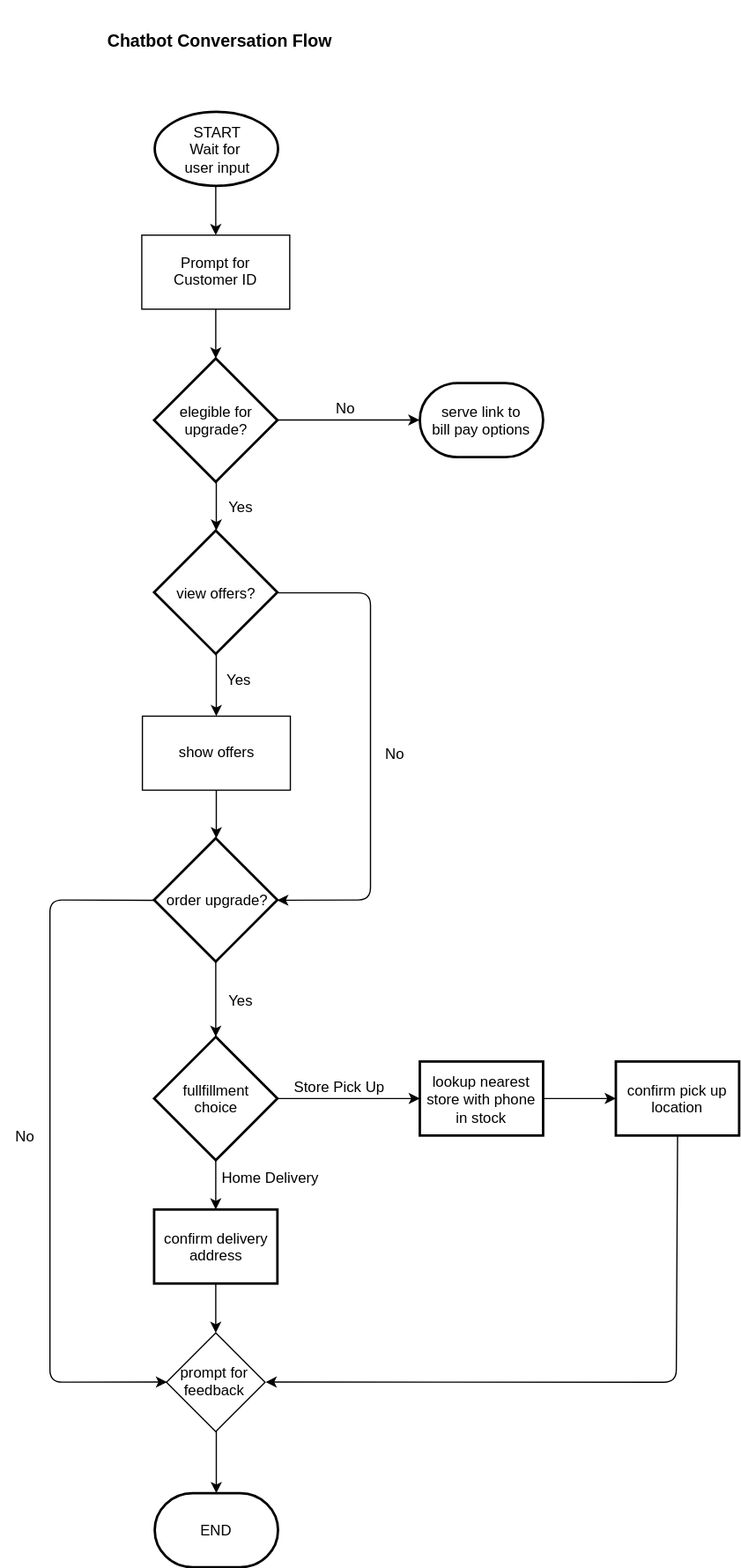
raoulbia/bot-telco keeps this draw.io diagram as cai_vodafone/static/images/chatbot_conversation_flow.svg. Above is the earlier version. Source tidied: cells renumbered, new cells last; positions are measured from the earlier drawing's top-left corner, leaving out a move shared by most shapes. Its diagram source:
```xml
<mxGraphModel>
  <root>
    <mxCell id="0" />
    <mxCell id="1" parent="0" />
    <mxCell id="2" style="edgeStyle=orthogonalEdgeStyle;rounded=0;jettySize=auto;html=1;" parent="1" edge="1" source="3" target="5">
      <mxGeometry relative="1" as="geometry" />
    </mxCell>
    <mxCell id="3" value="START&lt;br&gt;Wait for&amp;nbsp;&lt;br&gt;user input&lt;br&gt;" style="strokeWidth=2;html=1;shape=mxgraph.flowchart.start_1;whiteSpace=wrap;" parent="1" vertex="1">
      <mxGeometry x="124.5" y="80" width="100" height="60" as="geometry" />
    </mxCell>
    <mxCell id="4" style="edgeStyle=orthogonalEdgeStyle;rounded=0;jettySize=auto;html=1;" parent="1" edge="1" source="5" target="8">
      <mxGeometry relative="1" as="geometry" />
    </mxCell>
    <mxCell id="5" value="Prompt for&lt;br&gt;Customer ID&lt;br&gt;" style="rounded=0;whiteSpace=wrap;html=1;" parent="1" vertex="1">
      <mxGeometry x="114.5" y="180" width="120" height="60" as="geometry" />
    </mxCell>
    <mxCell id="6" style="edgeStyle=orthogonalEdgeStyle;rounded=0;jettySize=auto;html=1;exitX=1;exitY=0.5;exitDx=0;exitDy=0;exitPerimeter=0;entryX=0;entryY=0.5;entryDx=0;entryDy=0;entryPerimeter=0;" parent="1" edge="1" source="8" target="9">
      <mxGeometry relative="1" as="geometry" />
    </mxCell>
    <mxCell id="7" style="edgeStyle=orthogonalEdgeStyle;rounded=0;jettySize=auto;html=1;" parent="1" edge="1" source="8" target="12">
      <mxGeometry relative="1" as="geometry" />
    </mxCell>
    <mxCell id="8" value="elegible for upgrade?" style="strokeWidth=2;html=1;shape=mxgraph.flowchart.decision;whiteSpace=wrap;" parent="1" vertex="1">
      <mxGeometry x="124.5" y="280" width="100" height="100" as="geometry" />
    </mxCell>
    <mxCell id="9" value="serve link to&lt;br&gt;bill pay options&lt;br&gt;" style="strokeWidth=2;html=1;shape=mxgraph.flowchart.terminator;whiteSpace=wrap;" parent="1" vertex="1">
      <mxGeometry x="340" y="300" width="100" height="60" as="geometry" />
    </mxCell>
    <mxCell id="10" value="No" style="text;html=1;strokeColor=none;fillColor=none;align=center;verticalAlign=middle;whiteSpace=wrap;rounded=0;" parent="1" vertex="1">
      <mxGeometry x="260" y="310" width="40" height="20" as="geometry" />
    </mxCell>
    <mxCell id="11" style="edgeStyle=orthogonalEdgeStyle;rounded=0;jettySize=auto;html=1;" parent="1" edge="1" source="12" target="35">
      <mxGeometry relative="1" as="geometry" />
    </mxCell>
    <mxCell id="12" value="view offers?" style="strokeWidth=2;html=1;shape=mxgraph.flowchart.decision;whiteSpace=wrap;" parent="1" vertex="1">
      <mxGeometry x="124.5" y="419.5" width="100" height="100" as="geometry" />
    </mxCell>
    <mxCell id="13" style="edgeStyle=orthogonalEdgeStyle;rounded=0;jettySize=auto;html=1;" parent="1" edge="1" source="14" target="17">
      <mxGeometry relative="1" as="geometry" />
    </mxCell>
    <mxCell id="14" value="order upgrade?" style="strokeWidth=2;html=1;shape=mxgraph.flowchart.decision;whiteSpace=wrap;" parent="1" vertex="1">
      <mxGeometry x="124.5" y="669" width="100" height="100" as="geometry" />
    </mxCell>
    <mxCell id="15" style="edgeStyle=orthogonalEdgeStyle;rounded=0;jettySize=auto;html=1;" parent="1" edge="1" source="17" target="19">
      <mxGeometry relative="1" as="geometry" />
    </mxCell>
    <mxCell id="16" style="edgeStyle=orthogonalEdgeStyle;rounded=0;jettySize=auto;html=1;" parent="1" edge="1" source="17" target="23">
      <mxGeometry relative="1" as="geometry" />
    </mxCell>
    <mxCell id="17" value="fullfillment&lt;br&gt;choice&lt;br&gt;" style="strokeWidth=2;html=1;shape=mxgraph.flowchart.decision;whiteSpace=wrap;" parent="1" vertex="1">
      <mxGeometry x="124.5" y="830" width="100" height="100" as="geometry" />
    </mxCell>
    <mxCell id="18" style="edgeStyle=orthogonalEdgeStyle;rounded=0;jettySize=auto;html=1;" parent="1" edge="1" source="19" target="21">
      <mxGeometry relative="1" as="geometry" />
    </mxCell>
    <mxCell id="19" value="lookup nearest store with phone in stock" style="rounded=0;whiteSpace=wrap;html=1;fontFamily=Helvetica;fontSize=12;fontColor=#000000;align=center;strokeColor=#000000;strokeWidth=2;fillColor=#ffffff;" parent="1" vertex="1">
      <mxGeometry x="340" y="850" width="100" height="60" as="geometry" />
    </mxCell>
    <mxCell id="20" value="Store Pick Up" style="text;html=1;strokeColor=none;fillColor=none;align=center;verticalAlign=middle;whiteSpace=wrap;rounded=0;" parent="1" vertex="1">
      <mxGeometry x="220" y="860" width="110" height="20" as="geometry" />
    </mxCell>
    <mxCell id="21" value="confirm pick up location" style="rounded=0;whiteSpace=wrap;html=1;fontFamily=Helvetica;fontSize=12;fontColor=#000000;align=center;strokeColor=#000000;strokeWidth=2;fillColor=#ffffff;" parent="1" vertex="1">
      <mxGeometry x="499" y="850" width="100" height="60" as="geometry" />
    </mxCell>
    <mxCell id="22" style="edgeStyle=orthogonalEdgeStyle;rounded=0;jettySize=auto;html=1;" parent="1" edge="1" source="23" target="26">
      <mxGeometry relative="1" as="geometry" />
    </mxCell>
    <mxCell id="23" value="confirm delivery address" style="rounded=0;whiteSpace=wrap;html=1;fontFamily=Helvetica;fontSize=12;fontColor=#000000;align=center;strokeColor=#000000;strokeWidth=2;fillColor=#ffffff;" parent="1" vertex="1">
      <mxGeometry x="124.5" y="970" width="100" height="60" as="geometry" />
    </mxCell>
    <mxCell id="24" value="Home Delivery" style="text;html=1;strokeColor=none;fillColor=none;align=center;verticalAlign=middle;whiteSpace=wrap;rounded=0;" parent="1" vertex="1">
      <mxGeometry x="167.5" y="934" width="100" height="20" as="geometry" />
    </mxCell>
    <mxCell id="25" style="edgeStyle=orthogonalEdgeStyle;rounded=0;jettySize=auto;html=1;" parent="1" edge="1" source="26" target="37">
      <mxGeometry relative="1" as="geometry" />
    </mxCell>
    <mxCell id="26" value="prompt for&lt;br&gt;feedback&lt;br&gt;" style="rhombus;whiteSpace=wrap;html=1;" parent="1" vertex="1">
      <mxGeometry x="134.5" y="1070" width="80" height="80" as="geometry" />
    </mxCell>
    <mxCell id="27" style="endArrow=classic;html=1;exitX=0.5;exitY=1;exitDx=0;exitDy=0;entryX=1;entryY=0.5;entryDx=0;entryDy=0;" parent="1" edge="1" source="21" target="26">
      <mxGeometry relative="1" as="geometry">
        <Array as="points">
          <mxPoint x="548" y="1110" />
        </Array>
      </mxGeometry>
    </mxCell>
    <mxCell id="28" value="Yes" style="text;html=1;strokeColor=none;fillColor=none;align=center;verticalAlign=middle;whiteSpace=wrap;rounded=0;" parent="1" vertex="1">
      <mxGeometry x="175" y="390" width="40" height="20" as="geometry" />
    </mxCell>
    <mxCell id="29" value="Yes" style="text;html=1;strokeColor=none;fillColor=none;align=center;verticalAlign=middle;whiteSpace=wrap;rounded=0;" parent="1" vertex="1">
      <mxGeometry x="180" y="529.5" width="25" height="20" as="geometry" />
    </mxCell>
    <mxCell id="30" value="Yes" style="text;html=1;strokeColor=none;fillColor=none;align=center;verticalAlign=middle;whiteSpace=wrap;rounded=0;" parent="1" vertex="1">
      <mxGeometry x="174.5" y="789.5" width="40" height="20" as="geometry" />
    </mxCell>
    <mxCell id="31" style="endArrow=classic;html=1;entryX=1;entryY=0.5;entryDx=0;entryDy=0;entryPerimeter=0;" parent="1" edge="1" target="14">
      <mxGeometry relative="1" as="geometry">
        <mxPoint x="225" y="470" as="sourcePoint" />
        <Array as="points">
          <mxPoint x="300" y="470" />
          <mxPoint x="300" y="719" />
        </Array>
      </mxGeometry>
    </mxCell>
    <mxCell id="32" value="No" style="text;html=1;strokeColor=none;fillColor=none;align=center;verticalAlign=middle;whiteSpace=wrap;rounded=0;" parent="1" vertex="1">
      <mxGeometry x="300" y="590" width="40" height="20" as="geometry" />
    </mxCell>
    <mxCell id="33" style="endArrow=classic;html=1;exitX=0;exitY=0.5;exitDx=0;exitDy=0;exitPerimeter=0;entryX=0;entryY=0.5;entryDx=0;entryDy=0;" parent="1" edge="1" source="14" target="26">
      <mxGeometry relative="1" as="geometry">
        <Array as="points">
          <mxPoint x="40" y="719" />
          <mxPoint x="40" y="1110" />
        </Array>
      </mxGeometry>
    </mxCell>
    <mxCell id="34" style="edgeStyle=orthogonalEdgeStyle;rounded=0;jettySize=auto;html=1;" parent="1" edge="1" source="35" target="14">
      <mxGeometry relative="1" as="geometry" />
    </mxCell>
    <mxCell id="35" value="show offers" style="rounded=0;whiteSpace=wrap;html=1;" parent="1" vertex="1">
      <mxGeometry x="115" y="570" width="120" height="60" as="geometry" />
    </mxCell>
    <mxCell id="36" value="No" style="text;html=1;strokeColor=none;fillColor=none;align=center;verticalAlign=middle;whiteSpace=wrap;rounded=0;" parent="1" vertex="1">
      <mxGeometry y="900" width="40" height="20" as="geometry" />
    </mxCell>
    <mxCell id="37" value="END" style="strokeWidth=2;html=1;shape=mxgraph.flowchart.terminator;whiteSpace=wrap;" parent="1" vertex="1">
      <mxGeometry x="125" y="1200" width="100" height="60" as="geometry" />
    </mxCell>
    <mxCell id="38" value="&lt;h1&gt;&lt;font style=&quot;font-size: 14px&quot;&gt;Chatbot Conversation Flow&lt;/font&gt;&lt;/h1&gt;" style="text;html=1;strokeColor=none;fillColor=none;spacing=5;spacingTop=-20;whiteSpace=wrap;overflow=hidden;rounded=0;" parent="1" vertex="1">
      <mxGeometry x="82" width="205" height="40" as="geometry" />
    </mxCell>
  </root>
</mxGraphModel>
```
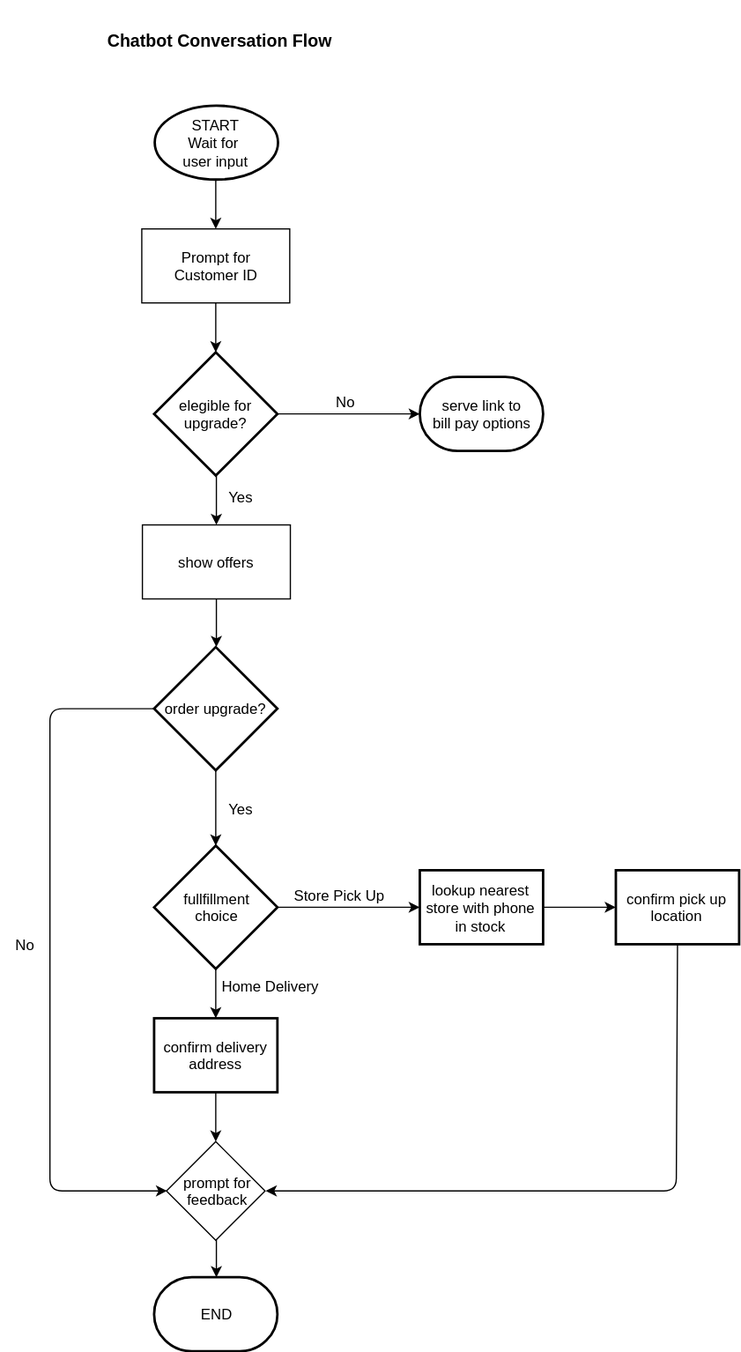
After the commit.

What changed in the source:
```diff
@@ -6,35 +6,29 @@
       <mxGeometry relative="1" as="geometry" />
     </mxCell>
     <mxCell id="3" value="START&lt;br&gt;Wait for&amp;nbsp;&lt;br&gt;user input&lt;br&gt;" style="strokeWidth=2;html=1;shape=mxgraph.flowchart.start_1;whiteSpace=wrap;" parent="1" vertex="1">
-      <mxGeometry x="124.5" y="80" width="100" height="60" as="geometry" />
+      <mxGeometry x="124.5" y="230" width="100" height="60" as="geometry" />
     </mxCell>
     <mxCell id="4" style="edgeStyle=orthogonalEdgeStyle;rounded=0;jettySize=auto;html=1;" parent="1" edge="1" source="5" target="8">
       <mxGeometry relative="1" as="geometry" />
     </mxCell>
     <mxCell id="5" value="Prompt for&lt;br&gt;Customer ID&lt;br&gt;" style="rounded=0;whiteSpace=wrap;html=1;" parent="1" vertex="1">
-      <mxGeometry x="114.5" y="180" width="120" height="60" as="geometry" />
+      <mxGeometry x="114.5" y="330" width="120" height="60" as="geometry" />
     </mxCell>
     <mxCell id="6" style="edgeStyle=orthogonalEdgeStyle;rounded=0;jettySize=auto;html=1;exitX=1;exitY=0.5;exitDx=0;exitDy=0;exitPerimeter=0;entryX=0;entryY=0.5;entryDx=0;entryDy=0;entryPerimeter=0;" parent="1" edge="1" source="8" target="9">
       <mxGeometry relative="1" as="geometry" />
     </mxCell>
-    <mxCell id="7" style="edgeStyle=orthogonalEdgeStyle;rounded=0;jettySize=auto;html=1;" parent="1" edge="1" source="8" target="12">
+    <mxCell id="7" style="edgeStyle=orthogonalEdgeStyle;rounded=0;jettySize=auto;html=1;" parent="1" edge="1" source="8" target="35">
       <mxGeometry relative="1" as="geometry" />
     </mxCell>
     <mxCell id="8" value="elegible for upgrade?" style="strokeWidth=2;html=1;shape=mxgraph.flowchart.decision;whiteSpace=wrap;" parent="1" vertex="1">
-      <mxGeometry x="124.5" y="280" width="100" height="100" as="geometry" />
+      <mxGeometry x="124.5" y="430" width="100" height="100" as="geometry" />
     </mxCell>
     <mxCell id="9" value="serve link to&lt;br&gt;bill pay options&lt;br&gt;" style="strokeWidth=2;html=1;shape=mxgraph.flowchart.terminator;whiteSpace=wrap;" parent="1" vertex="1">
-      <mxGeometry x="340" y="300" width="100" height="60" as="geometry" />
+      <mxGeometry x="340" y="450" width="100" height="60" as="geometry" />
     </mxCell>
     <mxCell id="10" value="No" style="text;html=1;strokeColor=none;fillColor=none;align=center;verticalAlign=middle;whiteSpace=wrap;rounded=0;" parent="1" vertex="1">
-      <mxGeometry x="260" y="310" width="40" height="20" as="geometry" />
+      <mxGeometry x="260" y="460" width="40" height="20" as="geometry" />
     </mxCell>
-    <mxCell id="11" style="edgeStyle=orthogonalEdgeStyle;rounded=0;jettySize=auto;html=1;" parent="1" edge="1" source="12" target="35">
-      <mxGeometry relative="1" as="geometry" />
-    </mxCell>
-    <mxCell id="12" value="view offers?" style="strokeWidth=2;html=1;shape=mxgraph.flowchart.decision;whiteSpace=wrap;" parent="1" vertex="1">
-      <mxGeometry x="124.5" y="419.5" width="100" height="100" as="geometry" />
-    </mxCell>
     <mxCell id="13" style="edgeStyle=orthogonalEdgeStyle;rounded=0;jettySize=auto;html=1;" parent="1" edge="1" source="14" target="17">
       <mxGeometry relative="1" as="geometry" />
     </mxCell>
@@ -85,26 +79,11 @@
       </mxGeometry>
     </mxCell>
     <mxCell id="28" value="Yes" style="text;html=1;strokeColor=none;fillColor=none;align=center;verticalAlign=middle;whiteSpace=wrap;rounded=0;" parent="1" vertex="1">
-      <mxGeometry x="175" y="390" width="40" height="20" as="geometry" />
+      <mxGeometry x="175" y="537" width="40" height="20" as="geometry" />
     </mxCell>
-    <mxCell id="29" value="Yes" style="text;html=1;strokeColor=none;fillColor=none;align=center;verticalAlign=middle;whiteSpace=wrap;rounded=0;" parent="1" vertex="1">
-      <mxGeometry x="180" y="529.5" width="25" height="20" as="geometry" />
-    </mxCell>
     <mxCell id="30" value="Yes" style="text;html=1;strokeColor=none;fillColor=none;align=center;verticalAlign=middle;whiteSpace=wrap;rounded=0;" parent="1" vertex="1">
       <mxGeometry x="174.5" y="789.5" width="40" height="20" as="geometry" />
     </mxCell>
-    <mxCell id="31" style="endArrow=classic;html=1;entryX=1;entryY=0.5;entryDx=0;entryDy=0;entryPerimeter=0;" parent="1" edge="1" target="14">
-      <mxGeometry relative="1" as="geometry">
-        <mxPoint x="225" y="470" as="sourcePoint" />
-        <Array as="points">
-          <mxPoint x="300" y="470" />
-          <mxPoint x="300" y="719" />
-        </Array>
-      </mxGeometry>
-    </mxCell>
-    <mxCell id="32" value="No" style="text;html=1;strokeColor=none;fillColor=none;align=center;verticalAlign=middle;whiteSpace=wrap;rounded=0;" parent="1" vertex="1">
-      <mxGeometry x="300" y="590" width="40" height="20" as="geometry" />
-    </mxCell>
     <mxCell id="33" style="endArrow=classic;html=1;exitX=0;exitY=0.5;exitDx=0;exitDy=0;exitPerimeter=0;entryX=0;entryY=0.5;entryDx=0;entryDy=0;" parent="1" edge="1" source="14" target="26">
       <mxGeometry relative="1" as="geometry">
         <Array as="points">
@@ -123,10 +102,10 @@
       <mxGeometry y="900" width="40" height="20" as="geometry" />
     </mxCell>
     <mxCell id="37" value="END" style="strokeWidth=2;html=1;shape=mxgraph.flowchart.terminator;whiteSpace=wrap;" parent="1" vertex="1">
-      <mxGeometry x="125" y="1200" width="100" height="60" as="geometry" />
+      <mxGeometry x="124.5" y="1180" width="100" height="60" as="geometry" />
     </mxCell>
     <mxCell id="38" value="&lt;h1&gt;&lt;font style=&quot;font-size: 14px&quot;&gt;Chatbot Conversation Flow&lt;/font&gt;&lt;/h1&gt;" style="text;html=1;strokeColor=none;fillColor=none;spacing=5;spacingTop=-20;whiteSpace=wrap;overflow=hidden;rounded=0;" parent="1" vertex="1">
-      <mxGeometry x="82" width="205" height="40" as="geometry" />
+      <mxGeometry x="82" y="155" width="205" height="40" as="geometry" />
     </mxCell>
   </root>
 </mxGraphModel>
```
